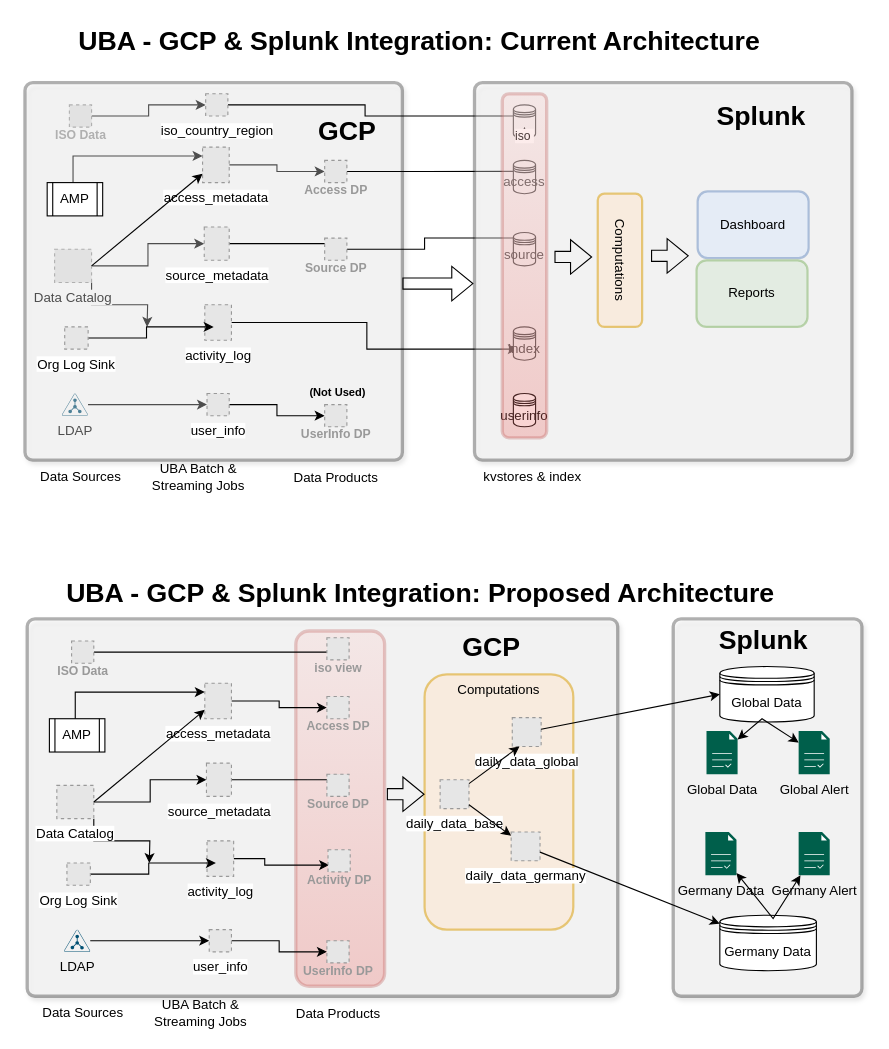
This is splunk_perf_design_V2.0.drawio from zikzakjack/draw.io, a draw.io file, before an edit. Source tidied: cells renumbered, new cells numbered last; positions are measured from the earlier drawing's top-left corner, leaving out a move shared by most shapes. Both pictures are drawn from the tidied source at 111%, with x=0, y=0 at pixel (22, 19). Pictures stored in the file or linked from it are replaced by grey dashed boxes.
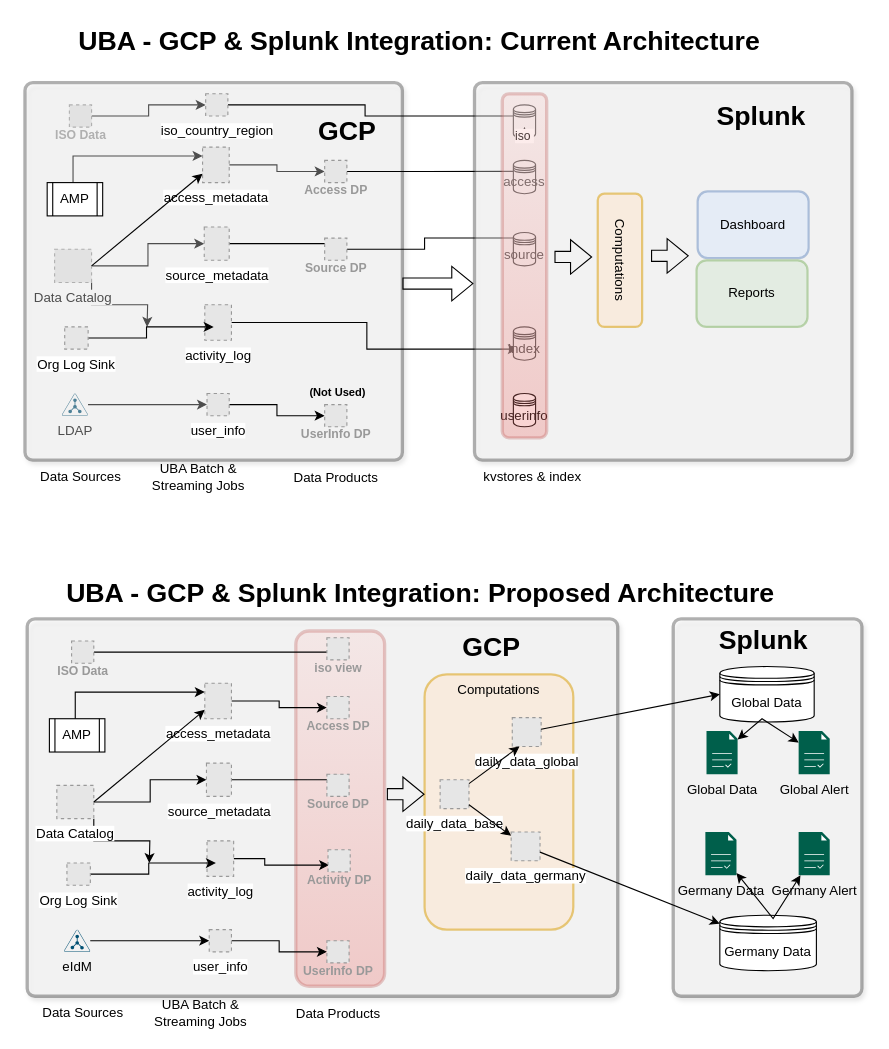
The same page after the edit.

Change to the diagram source:
```diff
@@
-    <mxCell id="59" value="LDAP" style="points=[[0.5,0,0],[0.765,0.48,0],[0.99,0.98,0],[0.5,1,0],[0.01,0.98,0],[0.235,0.48,0]];verticalLabelPosition=bottom;sketch=0;html=1;verticalAlign=top;align=center;shape=mxgraph.cisco19.ldap;fillColor=#005073;strokeColor=none;" parent="1" vertex="1">
+    <mxCell id="59" value="eIdM" style="points=[[0.5,0,0],[0.765,0.48,0],[0.99,0.98,0],[0.5,1,0],[0.01,0.98,0],[0.235,0.48,0]];verticalLabelPosition=bottom;sketch=0;html=1;verticalAlign=top;align=center;shape=mxgraph.cisco19.ldap;fillColor=#005073;strokeColor=none;" parent="1" vertex="1">
       <mxGeometry x="37.3" y="820" width="23.5" height="20" as="geometry" />
     </mxCell>
```
